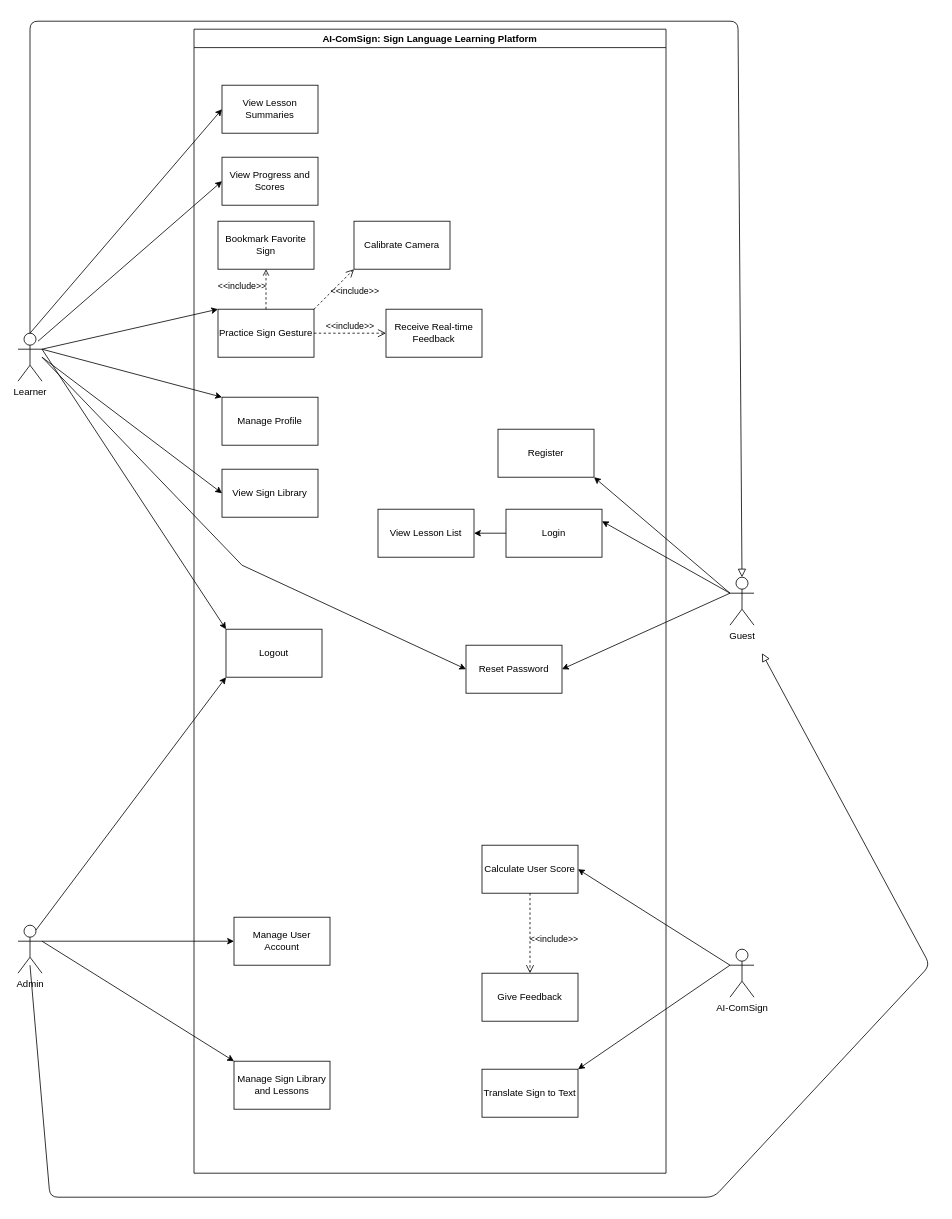
Above: docs/UseCase.drawio in CtrlConquerors/AI-ComSign (draw.io), before the change. Source tidied: cells renumbered, new cells numbered last; positions are measured from the earlier drawing's top-left corner, leaving out a move shared by most shapes. Both pictures are drawn from the tidied source at 80%, with x=0, y=0 at pixel (18, 21).
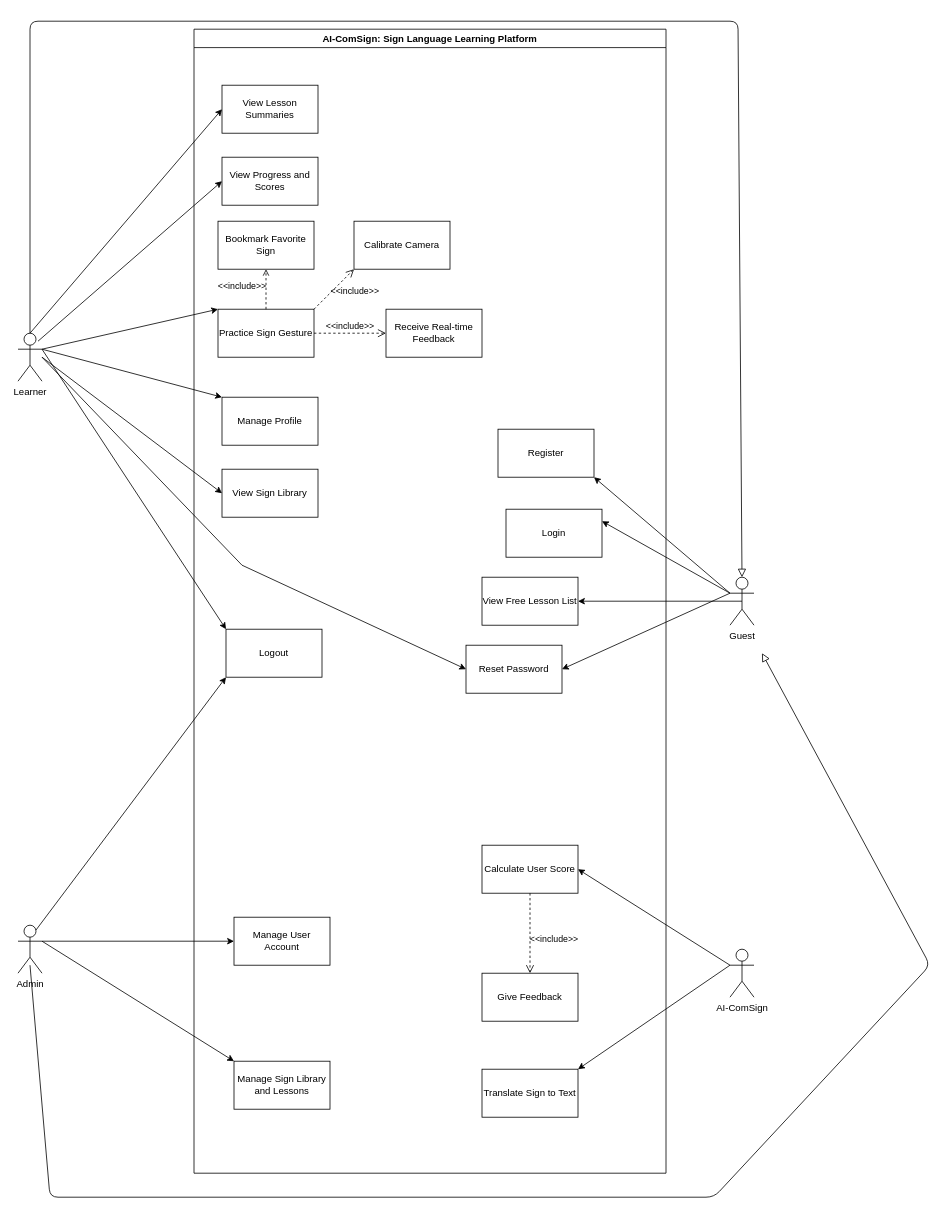
The same diagram, later.

The change refers to these unchanged cells:
```xml
<mxCell id="5" value="AI-ComSign: Sign Language Learning Platform" style="swimlane;whiteSpace=wrap;html=1;" parent="1" vertex="1">
  <mxGeometry x="220" y="10" width="590" height="1430" as="geometry" />
</mxCell>
<mxCell id="6" value="Login" style="rounded=0;whiteSpace=wrap;html=1;" parent="5" vertex="1">
  <mxGeometry x="390" y="600" width="120" height="60" as="geometry" />
</mxCell>
<mxCell id="35" value="Guest&lt;div&gt;&lt;br&gt;&lt;/div&gt;" style="shape=umlActor;verticalLabelPosition=bottom;verticalAlign=top;html=1;outlineConnect=0;" parent="1" vertex="1">
  <mxGeometry x="890" y="695" width="30" height="60" as="geometry" />
</mxCell>
```

The edit, as a diff of the source:
```diff
@@
-    <mxCell id="22" value="View Lesson List" style="rounded=0;whiteSpace=wrap;html=1;" parent="5" vertex="1">
-      <mxGeometry x="230" y="600" width="120" height="60" as="geometry" />
+    <mxCell id="22" value="View Free Lesson List" style="rounded=0;whiteSpace=wrap;html=1;" parent="5" vertex="1">
+      <mxGeometry x="360" y="685" width="120" height="60" as="geometry" />
     </mxCell>
-    <mxCell id="23" style="endArrow=classic;html=1;rounded=0;entryX=1;entryY=0.5;entryDx=0;entryDy=0;exitX=0;exitY=0.5;exitDx=0;exitDy=0;" parent="5" edge="1" source="6" target="22">
-      <mxGeometry relative="1" as="geometry" />
-    </mxCell>
@@
+    <mxCell id="47" style="edgeStyle=orthogonalEdgeStyle;rounded=0;jettySize=auto;html=1;exitX=0.5;exitY=0.5;exitDx=0;exitDy=0;exitPerimeter=0;entryX=1;entryY=0.5;entryDx=0;entryDy=0;" parent="1" edge="1" source="35" target="22">
+      <mxGeometry relative="1" as="geometry" />
+    </mxCell>
```
